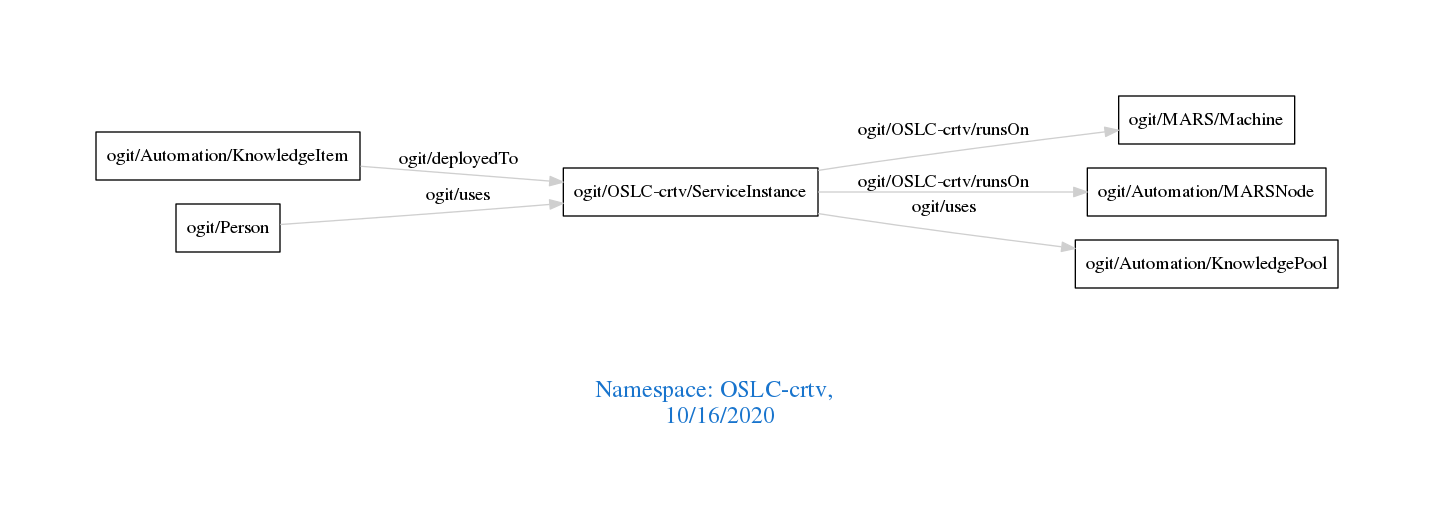
This is downloads/OSLC-crtv.png from arago/OGIT, a Graphviz export, as it was before one commit. Its source is kept beside it as downloads/OSLC-crtv.dot.
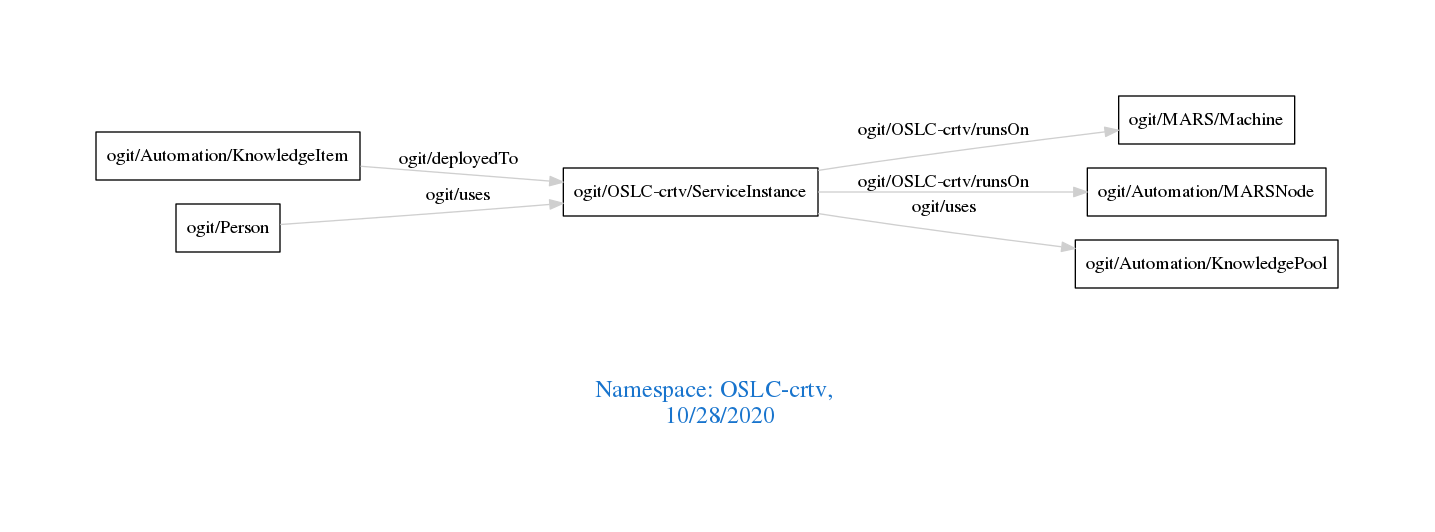
After the commit.

Diff of the diagram source:
```diff
@@ -1,7 +1,7 @@
 digraph OGIT_ontology {
  graph [ rankdir= LR,pad=1
 fontsize = 18,
-fontcolor= dodgerblue3,label = "\n\n\nNamespace: OSLC-crtv, \n 10/16/2020"];
+fontcolor= dodgerblue3,label = "\n\n\nNamespace: OSLC-crtv, \n 10/28/2020"];
 node[shape=polygon];
 edge [  color="gray81"];
 
```
